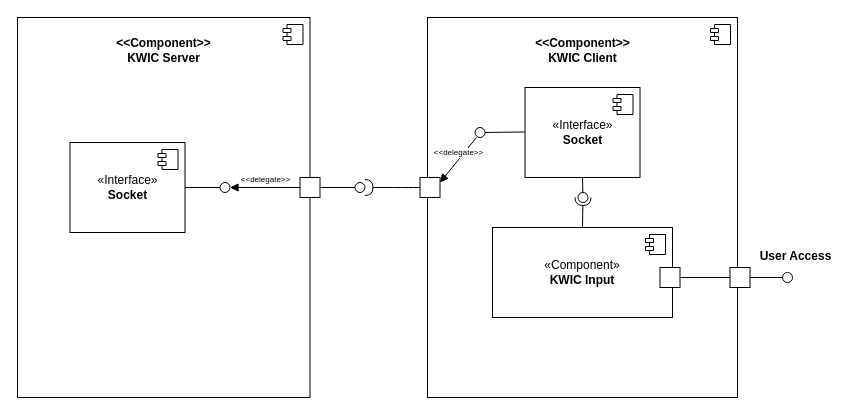
Earlier version of the draw.io diagram Homework/Homework 3/UML/Component Diagram.drawio (dragon5201111/Drexel-University-SE-311-Software-Architecture-II). Source tidied: cells renumbered, new cells numbered last; positions are measured from the earlier drawing's top-left corner, leaving out a move shared by most shapes. Both pictures are drawn from the tidied source at 100%, with x=0, y=0 at pixel (17, 17).
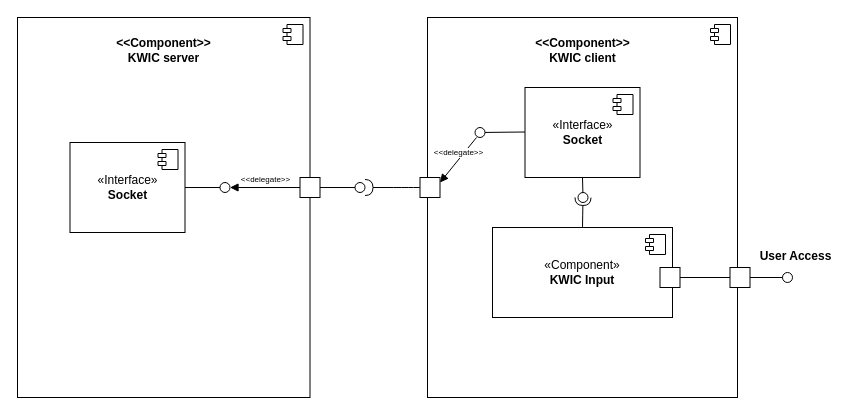
Above is the later version.

Diff of the diagram source:
```diff
@@
-    <mxCell id="25" value="&amp;lt;&amp;lt;Component&amp;gt;&amp;gt;&lt;div&gt;KWIC Client&lt;/div&gt;" style="text;align=center;fontStyle=1;verticalAlign=middle;spacingLeft=3;spacingRight=3;strokeColor=none;html=1;" parent="1" vertex="1">
+    <mxCell id="25" value="&amp;lt;&amp;lt;Component&amp;gt;&amp;gt;&lt;div&gt;KWIC client&lt;/div&gt;" style="text;align=center;fontStyle=1;verticalAlign=middle;spacingLeft=3;spacingRight=3;strokeColor=none;html=1;" parent="1" vertex="1">
       <mxGeometry x="525" y="20" width="80" height="26" as="geometry" />
     </mxCell>
-    <mxCell id="26" value="&amp;lt;&amp;lt;Component&amp;gt;&amp;gt;&lt;div&gt;KWIC Server&lt;/div&gt;" style="text;align=center;fontStyle=1;verticalAlign=middle;spacingLeft=3;spacingRight=3;strokeColor=none;html=1;" parent="1" vertex="1">
+    <mxCell id="26" value="&amp;lt;&amp;lt;Component&amp;gt;&amp;gt;&lt;div&gt;KWIC server&lt;/div&gt;" style="text;align=center;fontStyle=1;verticalAlign=middle;spacingLeft=3;spacingRight=3;strokeColor=none;html=1;" parent="1" vertex="1">
       <mxGeometry x="106.2" y="20" width="80" height="26" as="geometry" />
     </mxCell>
```
